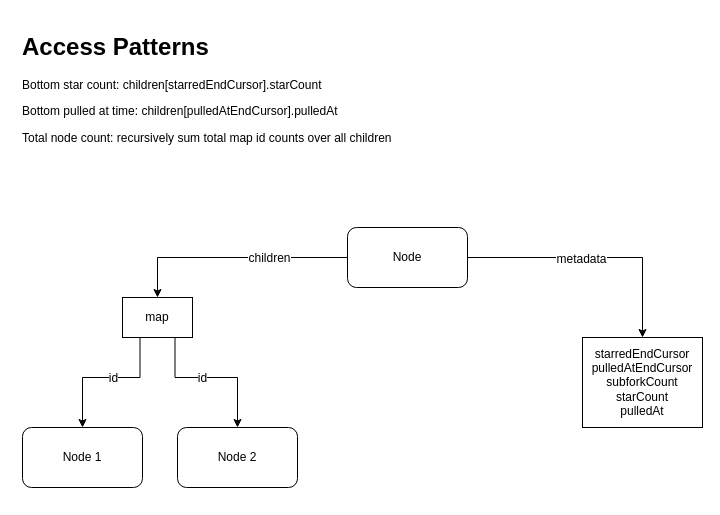
This is diagrams/queryTree.drawio from msdrigg/meaningful-forks, a draw.io file, before an edit. Source tidied: cells renumbered, new cells numbered last; positions are measured from the earlier drawing's top-left corner, leaving out a move shared by most shapes. Both pictures are drawn from the tidied source at 100%, with x=0, y=0 at pixel (17, 27).
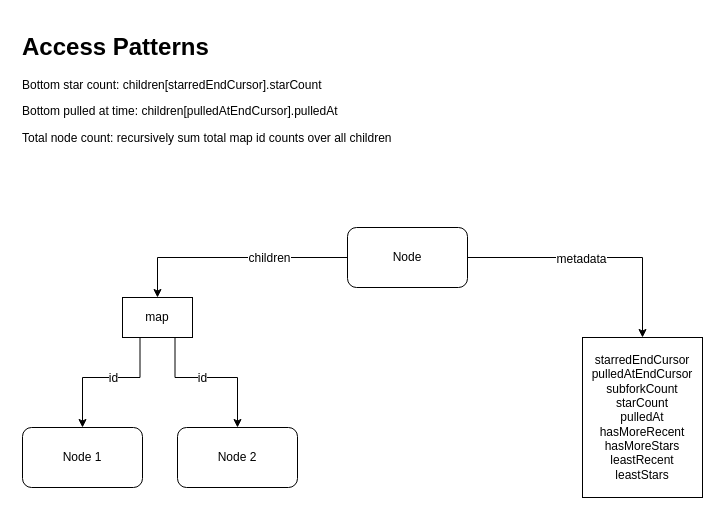
After the change.

Commit message (it also covers changes not shown here):
Adding files of diagrams and logic

What changed in the source:
```diff
@@
-    <mxCell id="14" value="starredEndCursor&lt;br&gt;pulledAtEndCursor&lt;br&gt;subforkCount&lt;br&gt;starCount&lt;br&gt;pulledAt" style="rounded=0;whiteSpace=wrap;html=1;" parent="1" vertex="1">
-      <mxGeometry x="565" y="310" width="120" height="90" as="geometry" />
+    <mxCell id="14" value="starredEndCursor&lt;br&gt;pulledAtEndCursor&lt;br&gt;subforkCount&lt;br&gt;starCount&lt;br&gt;pulledAt&lt;br&gt;hasMoreRecent&lt;br&gt;hasMoreStars&lt;br&gt;leastRecent&lt;br&gt;leastStars" style="rounded=0;whiteSpace=wrap;html=1;" parent="1" vertex="1">
+      <mxGeometry x="565" y="310" width="120" height="160" as="geometry" />
     </mxCell>
```
